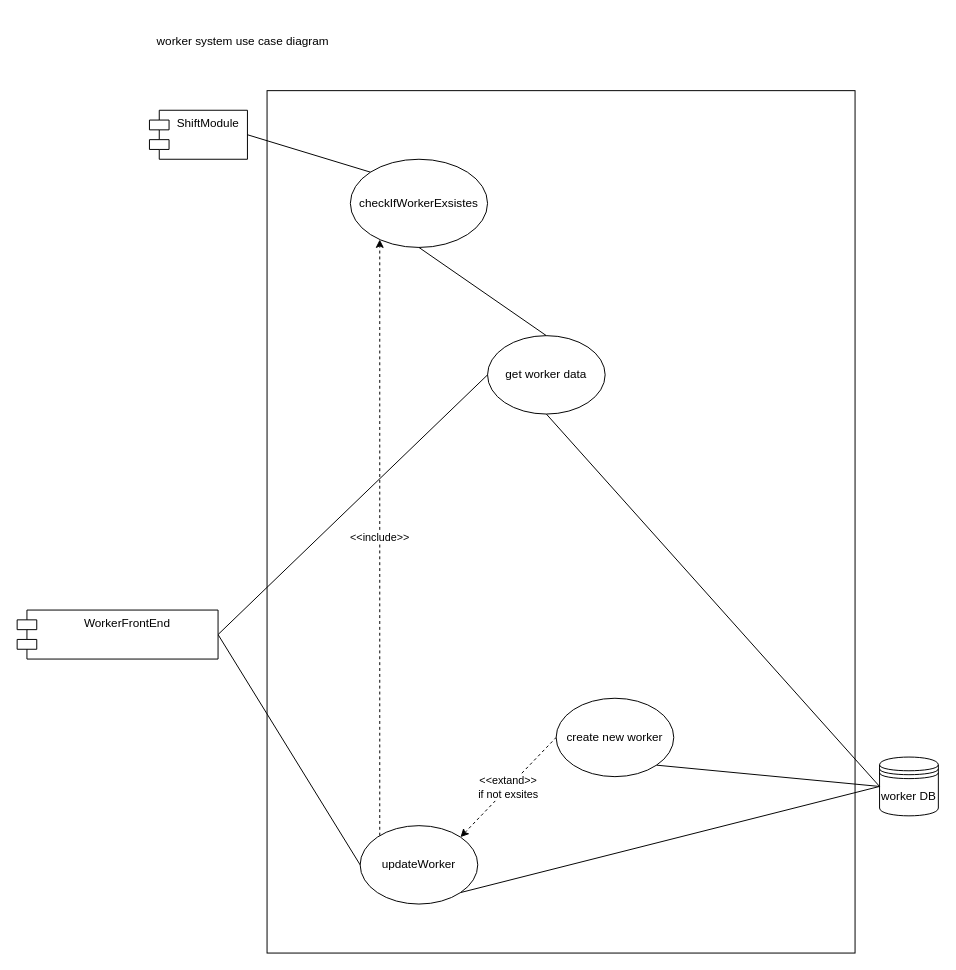
Before: Worker Service/Uml/worker system UC Diagram.drawio in ddenis1994/Food-Delivery, a draw.io diagram. Source tidied: cells renumbered, new cells numbered last; positions are measured from the earlier drawing's top-left corner, leaving out a move shared by most shapes. Both pictures are drawn from the tidied source at 98%, with x=0, y=0 at pixel (17, 31).
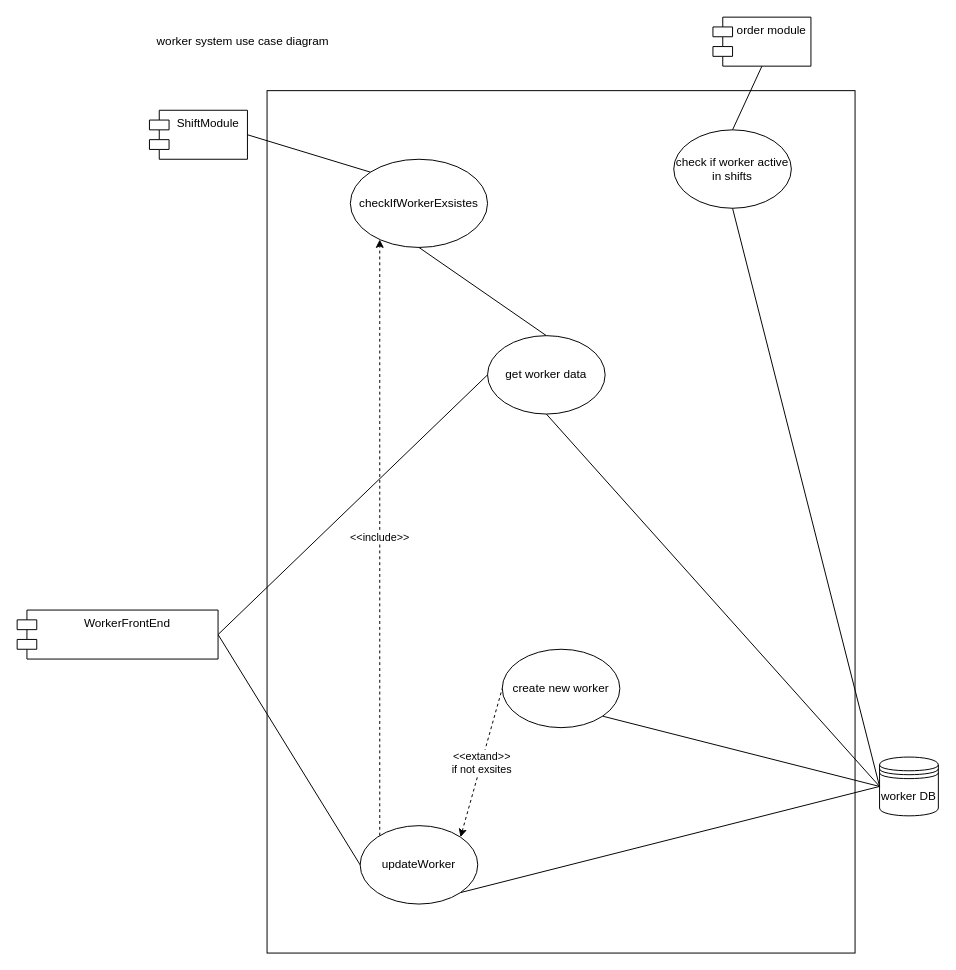
The same diagram, later.

Unchanged cells that the change refers to:
```xml
<mxCell id="7" value="worker DB" style="shape=datastore;whiteSpace=wrap;html=1;" parent="1" vertex="1">
  <mxGeometry x="880" y="740" width="60" height="60" as="geometry" />
</mxCell>
```

What changed in the source:
```diff
@@
     <mxCell id="3" value="create new worker" style="ellipse;whiteSpace=wrap;html=1;" parent="1" vertex="1">
-      <mxGeometry x="550" y="680" width="120" height="80" as="geometry" />
+      <mxGeometry x="495" y="630" width="120" height="80" as="geometry" />
     </mxCell>
@@
+    <mxCell id="20" value="check if worker active in shifts" style="ellipse;whiteSpace=wrap;html=1;" parent="1" vertex="1">
+      <mxGeometry x="670" y="100" width="120" height="80" as="geometry" />
+    </mxCell>
+    <mxCell id="21" style="endArrow=none;html=1;exitX=0;exitY=0.5;exitDx=0;exitDy=0;entryX=0.5;entryY=1;entryDx=0;entryDy=0;" parent="1" edge="1" source="7" target="20">
+      <mxGeometry relative="1" as="geometry" />
+    </mxCell>
+    <mxCell id="22" value="order module" style="shape=module;align=left;spacingLeft=20;align=center;verticalAlign=top;" parent="1" vertex="1">
+      <mxGeometry x="710" y="-15" width="100" height="50" as="geometry" />
+    </mxCell>
+    <mxCell id="23" style="endArrow=none;html=1;exitX=0.5;exitY=0;exitDx=0;exitDy=0;entryX=0.5;entryY=1;entryDx=0;entryDy=0;" parent="1" edge="1" source="20" target="22">
+      <mxGeometry relative="1" as="geometry" />
+    </mxCell>
```
